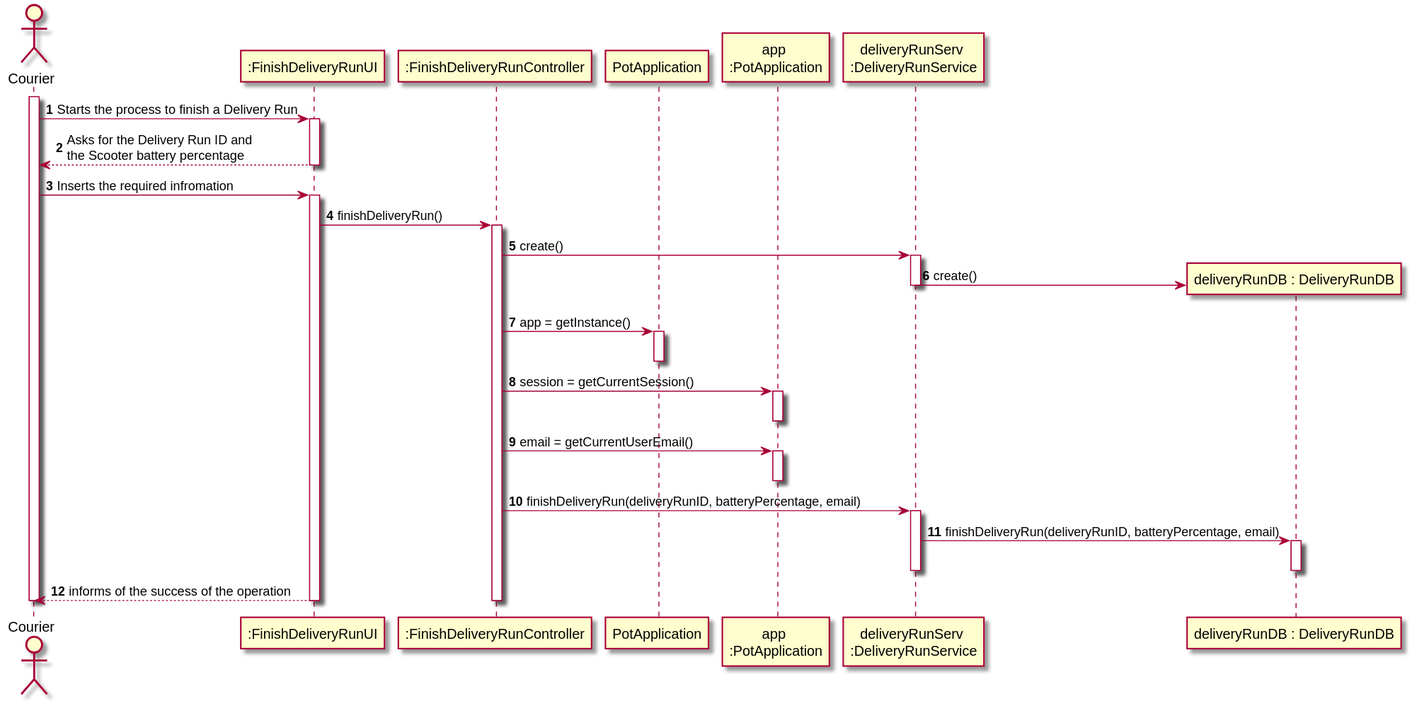
tiagoavcosta25/LAPR3 keeps this PlantUML diagram as docs/Iteration 3/Delivery Management/US303_FinishDeliveryRun/US303_SD.svg. Above is the earlier version.
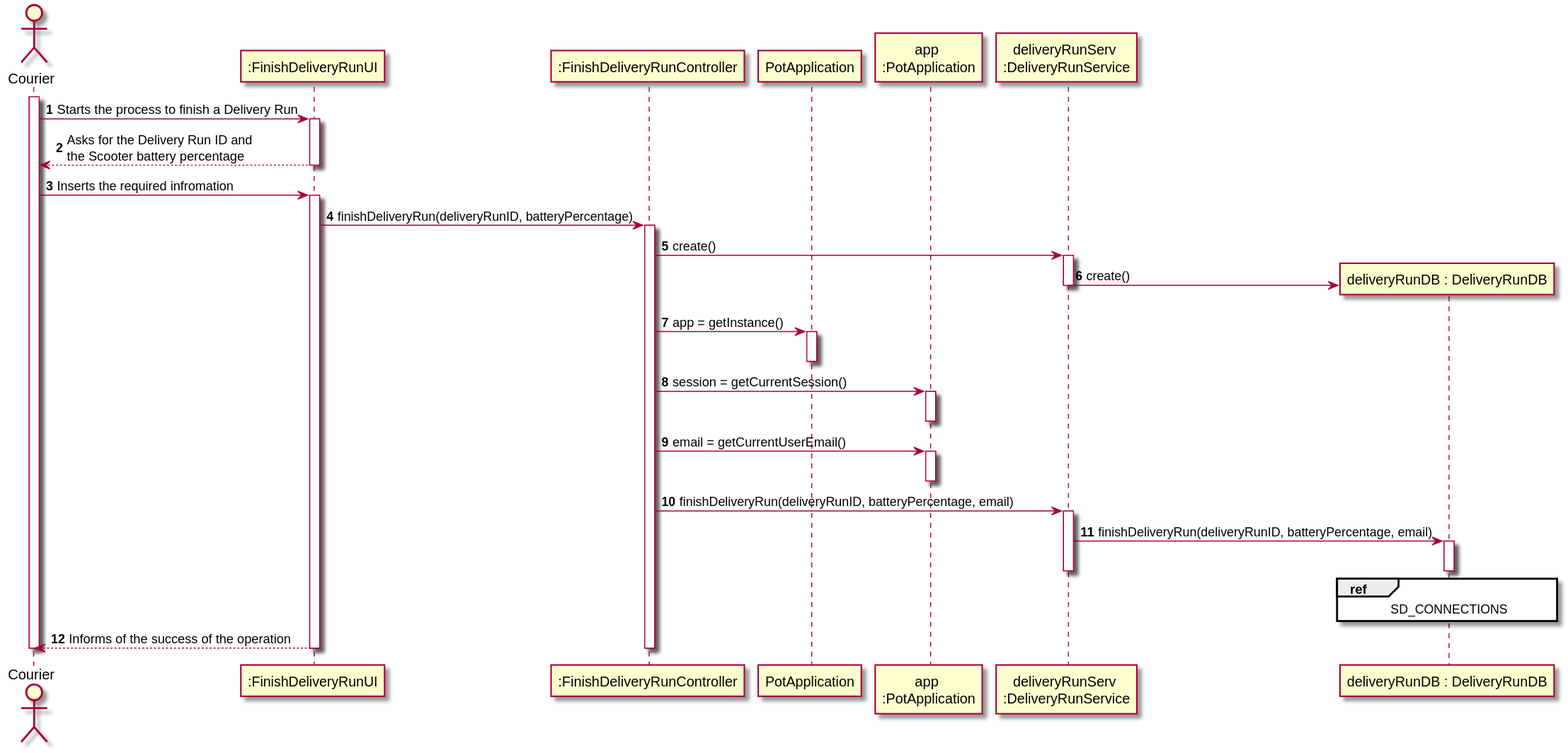
The same file after the commit.

Change to the diagram source:
```diff
@@ -19,7 +19,7 @@
 activate UI
 
 
-UI -> CTRL : finishDeliveryRun()
+UI -> CTRL : finishDeliveryRun(deliveryRunID, batteryPercentage)
 activate CTRL
 CTRL -> DRS : create()
 activate DRS
@@ -38,11 +38,14 @@
 CTRL -> DRS : finishDeliveryRun(deliveryRunID, batteryPercentage, email)
 activate DRS
 DRS -> DDB : finishDeliveryRun(deliveryRunID, batteryPercentage, email)
+ref over DDB
+SD_CONNECTIONS
+end ref
 activate DDB
 deactivate DDB
 deactivate DRS
 
-UI --> C : informs of the success of the operation
+UI --> C : Informs of the success of the operation
 deactivate CTRL
 deactivate UI
 deactivate C
```
